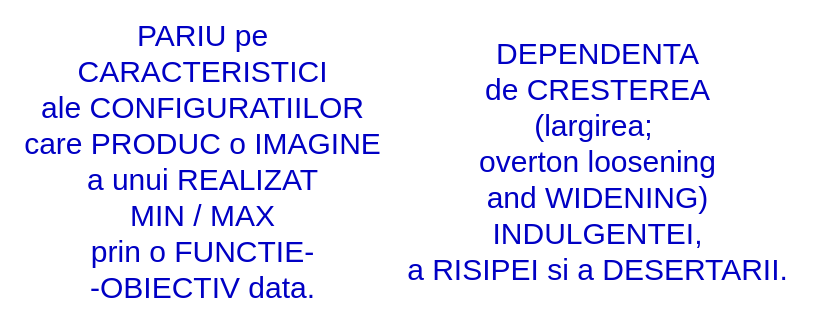
The draw.io diagram 1AAE8CF8-DB8D-4302-BBAE-3A27916EBD75_1_201_a.drawio.xml in sheeperoni/Diagrams, before the edit. Source tidied: cells renumbered, new cells numbered last; positions are measured from the earlier drawing's top-left corner, leaving out a move shared by most shapes. Both pictures are drawn from the tidied source at 100%, with x=0, y=0 at pixel (17, 31).
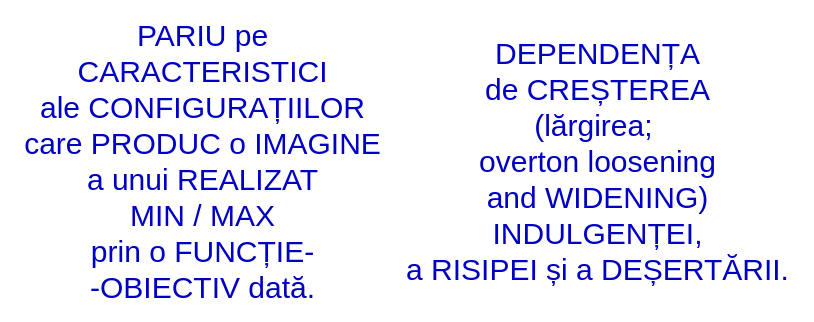
Above is the later version.

The edit, as a diff of the source:
```diff
@@
 <mxGraphModel>
   <root>
     <mxCell id="0" />
     <mxCell id="1" parent="0" />
-    <mxCell id="2" value="&lt;font style=&quot;font-size: 30px&quot; color=&quot;#0000c4&quot;&gt;PARIU pe&lt;br&gt;CARACTERISTICI&lt;br&gt;ale CONFIGURATIILOR&lt;br&gt;care PRODUC o IMAGINE&lt;br&gt;a unui REALIZAT&lt;br&gt;MIN / MAX&lt;br&gt;prin o FUNCTIE-&lt;br&gt;-OBIECTIV data.&lt;br&gt;&lt;/font&gt;" style="text;html=1;align=center;verticalAlign=middle;strokeColor=none;fillColor=none;" parent="1" vertex="1">
+    <mxCell id="2" value="&lt;font style=&quot;font-size: 30px&quot; color=&quot;#0000c4&quot;&gt;PARIU pe&lt;br&gt;CARACTERISTICI&lt;br&gt;ale CONFIGURAȚIILOR&lt;br&gt;care PRODUC o IMAGINE&lt;br&gt;a unui REALIZAT&lt;br&gt;MIN / MAX&lt;br&gt;prin o FUNCȚIE-&lt;br&gt;-OBIECTIV dată.&lt;br&gt;&lt;/font&gt;" style="text;html=1;align=center;verticalAlign=middle;strokeColor=none;fillColor=none;" parent="1" vertex="1">
       <mxGeometry y="45" width="370" height="170" as="geometry" />
     </mxCell>
-    <mxCell id="3" value="DEPENDENTA&lt;br&gt;de CRESTEREA&lt;br&gt;(largirea;&amp;nbsp;&lt;br&gt;overton loosening&lt;br&gt;and WIDENING)&lt;br&gt;INDULGENTEI,&lt;br&gt;a RISIPEI si a DESERTARII." style="text;html=1;align=center;verticalAlign=middle;strokeColor=none;fillColor=none;fontSize=30;fontColor=#0000C4;" parent="1" vertex="1">
+    <mxCell id="3" value="DEPENDENȚA&lt;br&gt;de CREȘTEREA&lt;br&gt;(lărgirea;&amp;nbsp;&lt;br&gt;overton loosening&lt;br&gt;and WIDENING)&lt;br&gt;INDULGENȚEI,&lt;br&gt;a RISIPEI și a DEȘERTĂRII." style="text;html=1;align=center;verticalAlign=middle;strokeColor=none;fillColor=none;fontSize=30;fontColor=#0000C4;" parent="1" vertex="1">
       <mxGeometry x="380" width="400" height="260" as="geometry" />
     </mxCell>
   </root>
 </mxGraphModel>
```
